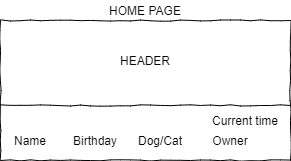
This is img/home_page.png from ThijsVlaeyen/IP-Major, a draw.io export, as it was before one commit. Source tidied: cells renumbered, new cells last; positions are measured from the earlier drawing's top-left corner, leaving out a move shared by most shapes. Source of this version:
```xml
<mxGraphModel>
  <root>
    <mxCell id="0" />
    <mxCell id="1" parent="0" />
    <mxCell id="2" style="whiteSpace=wrap;html=1;rounded=0;shadow=0;labelBackgroundColor=none;strokeColor=#000000;strokeWidth=1;fillColor=none;fontFamily=Verdana;fontSize=12;fontColor=#000000;align=center;comic=1;" parent="1" vertex="1">
      <mxGeometry y="20" width="290" height="140" as="geometry" />
    </mxCell>
    <mxCell id="3" style="line;strokeWidth=1;html=1;rounded=0;shadow=0;labelBackgroundColor=none;fillColor=none;fontFamily=Verdana;fontSize=14;fontColor=#000000;align=center;comic=1;" parent="1" vertex="1">
      <mxGeometry y="100" width="290" height="10" as="geometry" />
    </mxCell>
    <mxCell id="4" value="HOME PAGE" style="text;html=1;strokeColor=none;fillColor=none;align=center;verticalAlign=middle;whiteSpace=wrap;rounded=0;" parent="1" vertex="1">
      <mxGeometry x="90" width="110" height="20" as="geometry" />
    </mxCell>
    <mxCell id="5" value="HEADER" style="text;html=1;strokeColor=none;fillColor=none;align=center;verticalAlign=middle;whiteSpace=wrap;rounded=0;" parent="1" vertex="1">
      <mxGeometry x="125" y="50" width="40" height="20" as="geometry" />
    </mxCell>
    <mxCell id="6" value="Name" style="text;html=1;strokeColor=none;fillColor=none;align=center;verticalAlign=middle;whiteSpace=wrap;rounded=0;" parent="1" vertex="1">
      <mxGeometry x="10" y="130" width="40" height="20" as="geometry" />
    </mxCell>
    <mxCell id="7" value="Birthday" style="text;html=1;strokeColor=none;fillColor=none;align=center;verticalAlign=middle;whiteSpace=wrap;rounded=0;" parent="1" vertex="1">
      <mxGeometry x="75" y="130" width="40" height="20" as="geometry" />
    </mxCell>
    <mxCell id="8" value="Dog/Cat" style="text;html=1;strokeColor=none;fillColor=none;align=center;verticalAlign=middle;whiteSpace=wrap;rounded=0;" parent="1" vertex="1">
      <mxGeometry x="140" y="130" width="40" height="20" as="geometry" />
    </mxCell>
    <mxCell id="9" value="Owner" style="text;html=1;strokeColor=none;fillColor=none;align=center;verticalAlign=middle;whiteSpace=wrap;rounded=0;" parent="1" vertex="1">
      <mxGeometry x="210" y="130" width="40" height="20" as="geometry" />
    </mxCell>
    <mxCell id="10" value="Current time" style="text;html=1;strokeColor=none;fillColor=none;align=center;verticalAlign=middle;whiteSpace=wrap;rounded=0;" parent="1" vertex="1">
      <mxGeometry x="200" y="110" width="90" height="20" as="geometry" />
    </mxCell>
  </root>
</mxGraphModel>
```
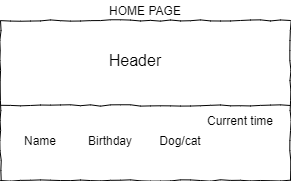
Above is the later version.

Change to the diagram source:
```diff
@@ -1,33 +1,30 @@
-<mxGraphModel>
+<mxGraphModel background="#ffffff">
   <root>
     <mxCell id="0" />
     <mxCell id="1" parent="0" />
-    <mxCell id="2" style="whiteSpace=wrap;html=1;rounded=0;shadow=0;labelBackgroundColor=none;strokeColor=#000000;strokeWidth=1;fillColor=none;fontFamily=Verdana;fontSize=12;fontColor=#000000;align=center;comic=1;" parent="1" vertex="1">
-      <mxGeometry y="20" width="290" height="140" as="geometry" />
-    </mxCell>
+    <mxCell id="11" style="whiteSpace=wrap;html=1;rounded=0;shadow=0;labelBackgroundColor=none;strokeColor=#000000;strokeWidth=1;fillColor=none;fontFamily=Verdana;fontSize=12;fontColor=#000000;align=center;comic=1;" parent="1" vertex="1">
+      <mxGeometry y="20" width="290" height="160" as="geometry" />
+    </mxCell>
     <mxCell id="3" style="line;strokeWidth=1;html=1;rounded=0;shadow=0;labelBackgroundColor=none;fillColor=none;fontFamily=Verdana;fontSize=14;fontColor=#000000;align=center;comic=1;" parent="1" vertex="1">
       <mxGeometry y="100" width="290" height="10" as="geometry" />
     </mxCell>
     <mxCell id="4" value="HOME PAGE" style="text;html=1;strokeColor=none;fillColor=none;align=center;verticalAlign=middle;whiteSpace=wrap;rounded=0;" parent="1" vertex="1">
       <mxGeometry x="90" width="110" height="20" as="geometry" />
     </mxCell>
-    <mxCell id="5" value="HEADER" style="text;html=1;strokeColor=none;fillColor=none;align=center;verticalAlign=middle;whiteSpace=wrap;rounded=0;" parent="1" vertex="1">
-      <mxGeometry x="125" y="50" width="40" height="20" as="geometry" />
-    </mxCell>
+    <mxCell id="12" value="&lt;font style=&quot;font-size: 16px&quot;&gt;Header&lt;/font&gt;" style="text;html=1;strokeColor=none;fillColor=none;align=center;verticalAlign=middle;whiteSpace=wrap;rounded=0;" parent="1" vertex="1">
+      <mxGeometry x="115" y="50" width="40" height="20" as="geometry" />
+    </mxCell>
     <mxCell id="6" value="Name" style="text;html=1;strokeColor=none;fillColor=none;align=center;verticalAlign=middle;whiteSpace=wrap;rounded=0;" parent="1" vertex="1">
-      <mxGeometry x="10" y="130" width="40" height="20" as="geometry" />
+      <mxGeometry x="20" y="130" width="40" height="20" as="geometry" />
     </mxCell>
     <mxCell id="7" value="Birthday" style="text;html=1;strokeColor=none;fillColor=none;align=center;verticalAlign=middle;whiteSpace=wrap;rounded=0;" parent="1" vertex="1">
-      <mxGeometry x="75" y="130" width="40" height="20" as="geometry" />
+      <mxGeometry x="90" y="130" width="40" height="20" as="geometry" />
     </mxCell>
-    <mxCell id="8" value="Dog/Cat" style="text;html=1;strokeColor=none;fillColor=none;align=center;verticalAlign=middle;whiteSpace=wrap;rounded=0;" parent="1" vertex="1">
-      <mxGeometry x="140" y="130" width="40" height="20" as="geometry" />
-    </mxCell>
-    <mxCell id="9" value="Owner" style="text;html=1;strokeColor=none;fillColor=none;align=center;verticalAlign=middle;whiteSpace=wrap;rounded=0;" parent="1" vertex="1">
-      <mxGeometry x="210" y="130" width="40" height="20" as="geometry" />
-    </mxCell>
+    <mxCell id="13" value="Dog/cat" style="text;html=1;strokeColor=none;fillColor=none;align=center;verticalAlign=middle;whiteSpace=wrap;rounded=0;" parent="1" vertex="1">
+      <mxGeometry x="160" y="130" width="40" height="20" as="geometry" />
+    </mxCell>
     <mxCell id="10" value="Current time" style="text;html=1;strokeColor=none;fillColor=none;align=center;verticalAlign=middle;whiteSpace=wrap;rounded=0;" parent="1" vertex="1">
-      <mxGeometry x="200" y="110" width="90" height="20" as="geometry" />
+      <mxGeometry x="200" y="110" width="80" height="20" as="geometry" />
     </mxCell>
   </root>
 </mxGraphModel>
```
